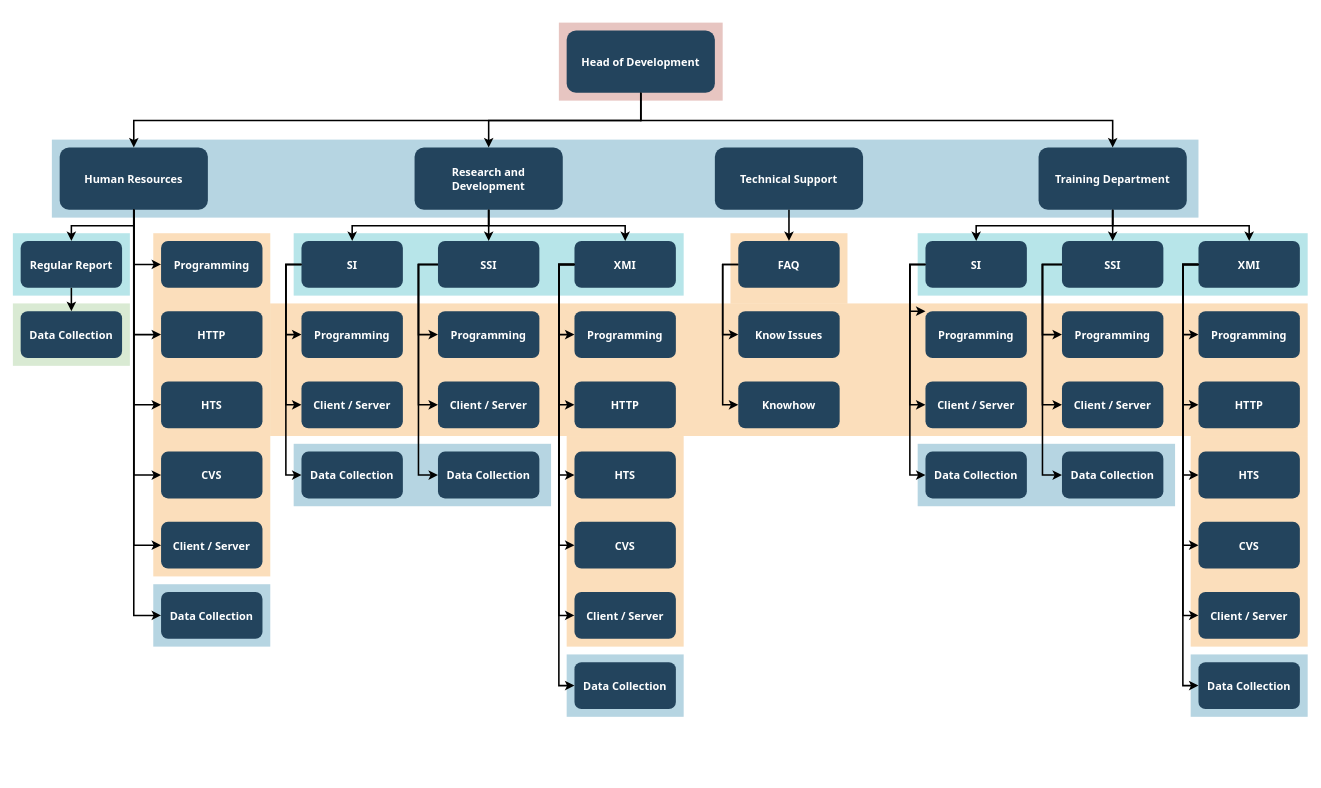
sas26031962/family_tree keeps this draw.io diagram as SubbotinStanislavAndreevich.drawio. Above is the earlier version. Source tidied: cells renumbered, new cells numbered last; positions are measured from the earlier drawing's top-left corner, leaving out a move shared by most shapes. Both pictures are drawn from the tidied source at 78%, with x=0, y=0 at pixel (12, 23).
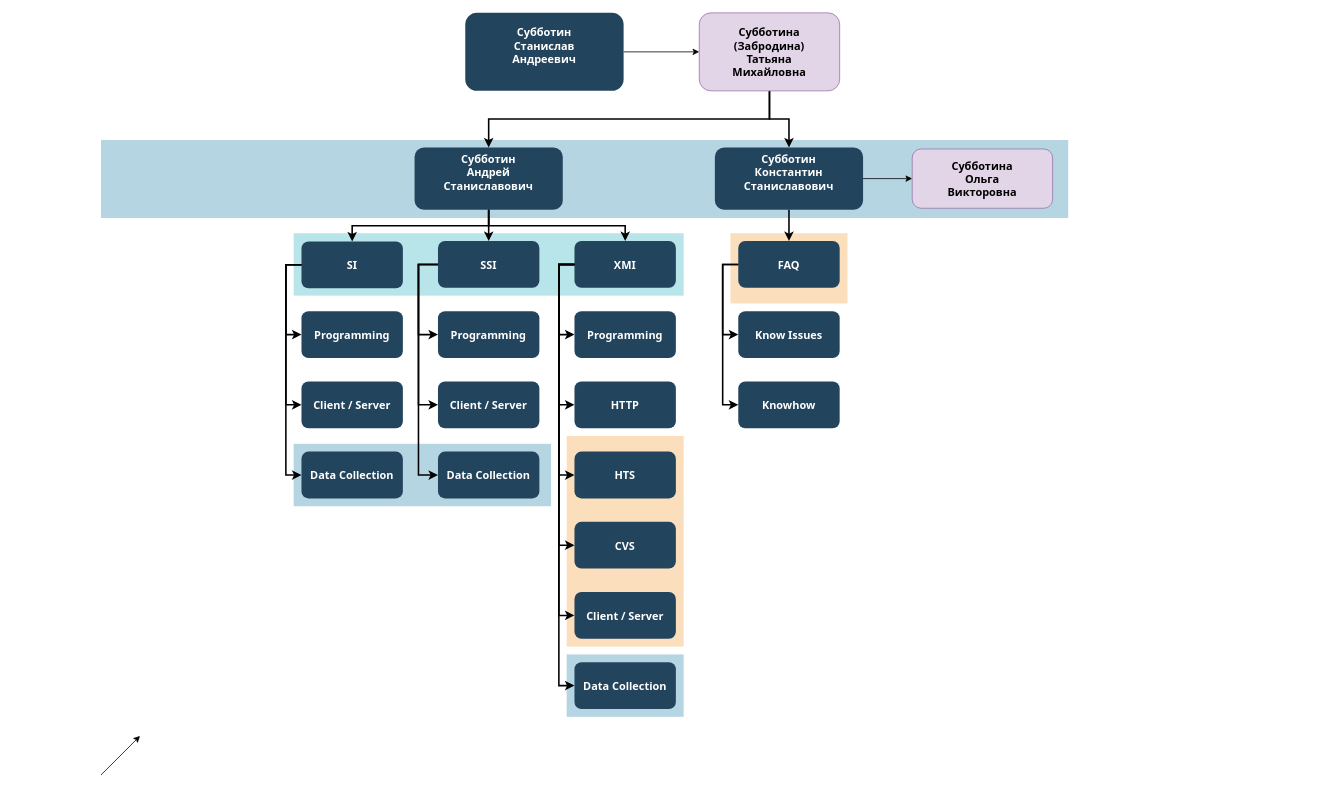
The same diagram, later.

Change to the diagram source:
```diff
@@
-    <mxCell id="2" style="fillColor=#AE4132;strokeColor=none;opacity=30;" parent="1" vertex="1">
-      <mxGeometry x="700" y="-0.5" width="210" height="100" as="geometry" />
-    </mxCell>
     <mxCell id="3" style="fillColor=#10739E;strokeColor=none;opacity=30;" parent="1" vertex="1">
-      <mxGeometry x="50" y="149.5" width="1470" height="100" as="geometry" />
+      <mxGeometry x="113" y="150" width="1240" height="100" as="geometry" />
     </mxCell>
-    <mxCell id="4" style="fillColor=#F2931E;strokeColor=none;opacity=30;" parent="1" vertex="1">
-      <mxGeometry x="1510" y="529.5" width="150" height="270" as="geometry" />
-    </mxCell>
@@
-    <mxCell id="7" style="fillColor=#F2931E;strokeColor=none;opacity=30;" parent="1" vertex="1">
-      <mxGeometry x="180" y="269.5" width="150" height="440" as="geometry" />
-    </mxCell>
-    <mxCell id="8" style="fillColor=#F2931E;strokeColor=none;opacity=30;" parent="1" vertex="1">
-      <mxGeometry x="330" y="359.5" width="1330" height="170" as="geometry" />
-    </mxCell>
-    <mxCell id="9" style="fillColor=#10739E;strokeColor=none;opacity=30;" parent="1" vertex="1">
-      <mxGeometry x="1510" y="809.5" width="150" height="80" as="geometry" />
-    </mxCell>
-    <mxCell id="10" style="fillColor=#10739E;strokeColor=none;opacity=30;" parent="1" vertex="1">
-      <mxGeometry x="1160" y="539.5" width="330" height="80" as="geometry" />
-    </mxCell>
@@
-    <mxCell id="13" style="fillColor=#10739E;strokeColor=none;opacity=30;" parent="1" vertex="1">
-      <mxGeometry x="180" y="719.5" width="150" height="80" as="geometry" />
-    </mxCell>
-    <mxCell id="14" style="fillColor=#D9EAD3;strokeColor=none;" parent="1" vertex="1">
-      <mxGeometry y="359.5" width="150" height="80" as="geometry" />
-    </mxCell>
-    <mxCell id="15" style="fillColor=#12AAB5;strokeColor=none;opacity=30;" parent="1" vertex="1">
-      <mxGeometry x="1160" y="269.5" width="500" height="80" as="geometry" />
-    </mxCell>
@@
-    <mxCell id="17" style="fillColor=#12AAB5;strokeColor=none;opacity=30;" parent="1" vertex="1">
-      <mxGeometry y="269.5" width="150" height="80" as="geometry" />
-    </mxCell>
+    <mxCell id="108" style="edgeStyle=orthogonalEdgeStyle;rounded=0;jettySize=auto;html=1;entryX=0;entryY=0.5;entryDx=0;entryDy=0;" parent="1" edge="1" source="18" target="111">
+      <mxGeometry relative="1" as="geometry" />
+    </mxCell>
-    <mxCell id="18" value="Head of Development" style="rounded=1;fillColor=#23445D;gradientColor=none;strokeColor=none;fontColor=#FFFFFF;fontStyle=1;fontFamily=Tahoma;fontSize=14;" parent="1" vertex="1">
-      <mxGeometry x="710" y="9.5" width="190" height="80" as="geometry" />
+    <mxCell id="18" value="Cубботин&#10;Станислав&#10;Андреевич&#10;" style="rounded=1;fillColor=#23445D;gradientColor=none;strokeColor=none;fontColor=#FFFFFF;fontStyle=1;fontFamily=Tahoma;fontSize=14;" parent="1" vertex="1">
+      <mxGeometry x="580" y="-13" width="203" height="100" as="geometry" />
     </mxCell>
-    <mxCell id="19" value="Training Department" style="rounded=1;fillColor=#23445D;gradientColor=none;strokeColor=none;fontColor=#FFFFFF;fontStyle=1;fontFamily=Tahoma;fontSize=14;" parent="1" vertex="1">
-      <mxGeometry x="1315" y="159.5" width="190" height="80" as="geometry" />
-    </mxCell>
-    <mxCell id="20" style="edgeStyle=elbowEdgeStyle;elbow=vertical;strokeWidth=2;rounded=0;" parent="1" edge="1" source="18" target="19">
+    <mxCell id="20" style="edgeStyle=elbowEdgeStyle;elbow=vertical;strokeWidth=2;rounded=0;exitX=0.5;exitY=1;exitDx=0;exitDy=0;" parent="1" edge="1" source="111" target="21">
       <mxGeometry x="337" y="215.5" as="geometry" />
     </mxCell>
-    <mxCell id="21" value="Technical Support" style="rounded=1;fillColor=#23445D;gradientColor=none;strokeColor=none;fontColor=#FFFFFF;fontStyle=1;fontFamily=Tahoma;fontSize=14;" parent="1" vertex="1">
+    <mxCell id="21" value="Субботин&#10;Константин&#10;Станиславович&#10;" style="rounded=1;fillColor=#23445D;gradientColor=none;strokeColor=none;fontColor=#FFFFFF;fontStyle=1;fontFamily=Tahoma;fontSize=14;" parent="1" vertex="1">
       <mxGeometry x="900" y="159.5" width="190" height="80" as="geometry" />
     </mxCell>
-    <mxCell id="22" value="Research and &#10;Development" style="rounded=1;fillColor=#23445D;gradientColor=none;strokeColor=none;fontColor=#FFFFFF;fontStyle=1;fontFamily=Tahoma;fontSize=14;" parent="1" vertex="1">
+    <mxCell id="22" value="Субботин&#10;Андрей&#10;Станиславович&#10;" style="rounded=1;fillColor=#23445D;gradientColor=none;strokeColor=none;fontColor=#FFFFFF;fontStyle=1;fontFamily=Tahoma;fontSize=14;" parent="1" vertex="1">
       <mxGeometry x="515" y="159.5" width="190" height="80" as="geometry" />
     </mxCell>
-    <mxCell id="23" value="Human Resources" style="rounded=1;fillColor=#23445D;gradientColor=none;strokeColor=none;fontColor=#FFFFFF;fontStyle=1;fontFamily=Tahoma;fontSize=14;" parent="1" vertex="1">
-      <mxGeometry x="60" y="159.5" width="190" height="80" as="geometry" />
-    </mxCell>
-    <mxCell id="24" value="Regular Report" style="rounded=1;fillColor=#23445D;gradientColor=none;strokeColor=none;fontColor=#FFFFFF;fontStyle=1;fontFamily=Tahoma;fontSize=14;" parent="1" vertex="1">
-      <mxGeometry x="10" y="279.5" width="130" height="60" as="geometry" />
-    </mxCell>
-    <mxCell id="25" value="Data Collection" style="rounded=1;fillColor=#23445D;gradientColor=none;strokeColor=none;fontColor=#FFFFFF;fontStyle=1;fontFamily=Tahoma;fontSize=14;" parent="1" vertex="1">
-      <mxGeometry x="10" y="369.5" width="130" height="60" as="geometry" />
-    </mxCell>
-    <mxCell id="26" value="Programming" style="rounded=1;fillColor=#23445D;gradientColor=none;strokeColor=none;fontColor=#FFFFFF;fontStyle=1;fontFamily=Tahoma;fontSize=14;" parent="1" vertex="1">
-      <mxGeometry x="190" y="279.5" width="130" height="60" as="geometry" />
-    </mxCell>
-    <mxCell id="27" value="HTTP" style="rounded=1;fillColor=#23445D;gradientColor=none;strokeColor=none;fontColor=#FFFFFF;fontStyle=1;fontFamily=Tahoma;fontSize=14;" parent="1" vertex="1">
-      <mxGeometry x="190" y="369.5" width="130" height="60" as="geometry" />
-    </mxCell>
-    <mxCell id="28" value="HTS" style="rounded=1;fillColor=#23445D;gradientColor=none;strokeColor=none;fontColor=#FFFFFF;fontStyle=1;fontFamily=Tahoma;fontSize=14;" parent="1" vertex="1">
-      <mxGeometry x="190" y="459.5" width="130" height="60" as="geometry" />
-    </mxCell>
-    <mxCell id="29" value="CVS" style="rounded=1;fillColor=#23445D;gradientColor=none;strokeColor=none;fontColor=#FFFFFF;fontStyle=1;fontFamily=Tahoma;fontSize=14;" parent="1" vertex="1">
-      <mxGeometry x="190" y="549.5" width="130" height="60" as="geometry" />
-    </mxCell>
-    <mxCell id="30" value="Client / Server" style="rounded=1;fillColor=#23445D;gradientColor=none;strokeColor=none;fontColor=#FFFFFF;fontStyle=1;fontFamily=Tahoma;fontSize=14;" parent="1" vertex="1">
-      <mxGeometry x="190" y="639.5" width="130" height="60" as="geometry" />
-    </mxCell>
-    <mxCell id="31" value="Data Collection" style="rounded=1;fillColor=#23445D;gradientColor=none;strokeColor=none;fontColor=#FFFFFF;fontStyle=1;fontFamily=Tahoma;fontSize=14;" parent="1" vertex="1">
-      <mxGeometry x="190" y="729.5" width="130" height="60" as="geometry" />
-    </mxCell>
     <mxCell id="32" value="SI" style="rounded=1;fillColor=#23445D;gradientColor=none;strokeColor=none;fontColor=#FFFFFF;fontStyle=1;fontFamily=Tahoma;fontSize=14;" parent="1" vertex="1">
-      <mxGeometry x="370" y="279.5" width="130" height="60" as="geometry" />
+      <mxGeometry x="370" y="280" width="130" height="60" as="geometry" />
     </mxCell>
@@
-    <mxCell id="50" value="SI" style="rounded=1;fillColor=#23445D;gradientColor=none;strokeColor=none;fontColor=#FFFFFF;fontStyle=1;fontFamily=Tahoma;fontSize=14;" parent="1" vertex="1">
-      <mxGeometry x="1170" y="279.5" width="130" height="60" as="geometry" />
-    </mxCell>
-    <mxCell id="51" value="Programming" style="rounded=1;fillColor=#23445D;gradientColor=none;strokeColor=none;fontColor=#FFFFFF;fontStyle=1;fontFamily=Tahoma;fontSize=14;" parent="1" vertex="1">
-      <mxGeometry x="1170" y="369.5" width="130" height="60" as="geometry" />
-    </mxCell>
-    <mxCell id="52" value="Client / Server" style="rounded=1;fillColor=#23445D;gradientColor=none;strokeColor=none;fontColor=#FFFFFF;fontStyle=1;fontFamily=Tahoma;fontSize=14;" parent="1" vertex="1">
-      <mxGeometry x="1170" y="459.5" width="130" height="60" as="geometry" />
-    </mxCell>
-    <mxCell id="53" value="Data Collection" style="rounded=1;fillColor=#23445D;gradientColor=none;strokeColor=none;fontColor=#FFFFFF;fontStyle=1;fontFamily=Tahoma;fontSize=14;" parent="1" vertex="1">
-      <mxGeometry x="1170" y="549.5" width="130" height="60" as="geometry" />
-    </mxCell>
-    <mxCell id="54" value="SSI" style="rounded=1;fillColor=#23445D;gradientColor=none;strokeColor=none;fontColor=#FFFFFF;fontStyle=1;fontFamily=Tahoma;fontSize=14;" parent="1" vertex="1">
-      <mxGeometry x="1345" y="279.5" width="130" height="60" as="geometry" />
-    </mxCell>
-    <mxCell id="55" value="Programming" style="rounded=1;fillColor=#23445D;gradientColor=none;strokeColor=none;fontColor=#FFFFFF;fontStyle=1;fontFamily=Tahoma;fontSize=14;" parent="1" vertex="1">
-      <mxGeometry x="1345" y="369.5" width="130" height="60" as="geometry" />
-    </mxCell>
-    <mxCell id="56" value="Client / Server" style="rounded=1;fillColor=#23445D;gradientColor=none;strokeColor=none;fontColor=#FFFFFF;fontStyle=1;fontFamily=Tahoma;fontSize=14;" parent="1" vertex="1">
-      <mxGeometry x="1345" y="459.5" width="130" height="60" as="geometry" />
-    </mxCell>
-    <mxCell id="57" value="Data Collection" style="rounded=1;fillColor=#23445D;gradientColor=none;strokeColor=none;fontColor=#FFFFFF;fontStyle=1;fontFamily=Tahoma;fontSize=14;" parent="1" vertex="1">
-      <mxGeometry x="1345" y="549.5" width="130" height="60" as="geometry" />
-    </mxCell>
-    <mxCell id="58" value="XMI" style="rounded=1;fillColor=#23445D;gradientColor=none;strokeColor=none;fontColor=#FFFFFF;fontStyle=1;fontFamily=Tahoma;fontSize=14;" parent="1" vertex="1">
-      <mxGeometry x="1520" y="279.5" width="130" height="60" as="geometry" />
-    </mxCell>
-    <mxCell id="59" value="Programming" style="rounded=1;fillColor=#23445D;gradientColor=none;strokeColor=none;fontColor=#FFFFFF;fontStyle=1;fontFamily=Tahoma;fontSize=14;" parent="1" vertex="1">
-      <mxGeometry x="1520" y="369.5" width="130" height="60" as="geometry" />
-    </mxCell>
-    <mxCell id="60" value="HTTP" style="rounded=1;fillColor=#23445D;gradientColor=none;strokeColor=none;fontColor=#FFFFFF;fontStyle=1;fontFamily=Tahoma;fontSize=14;" parent="1" vertex="1">
-      <mxGeometry x="1520" y="459.5" width="130" height="60" as="geometry" />
-    </mxCell>
-    <mxCell id="61" value="HTS" style="rounded=1;fillColor=#23445D;gradientColor=none;strokeColor=none;fontColor=#FFFFFF;fontStyle=1;fontFamily=Tahoma;fontSize=14;" parent="1" vertex="1">
-      <mxGeometry x="1520" y="549.5" width="130" height="60" as="geometry" />
-    </mxCell>
-    <mxCell id="62" value="CVS" style="rounded=1;fillColor=#23445D;gradientColor=none;strokeColor=none;fontColor=#FFFFFF;fontStyle=1;fontFamily=Tahoma;fontSize=14;" parent="1" vertex="1">
-      <mxGeometry x="1520" y="639.5" width="130" height="60" as="geometry" />
-    </mxCell>
-    <mxCell id="63" value="Client / Server" style="rounded=1;fillColor=#23445D;gradientColor=none;strokeColor=none;fontColor=#FFFFFF;fontStyle=1;fontFamily=Tahoma;fontSize=14;" parent="1" vertex="1">
-      <mxGeometry x="1520" y="729.5" width="130" height="60" as="geometry" />
-    </mxCell>
-    <mxCell id="64" value="Data Collection" style="rounded=1;fillColor=#23445D;gradientColor=none;strokeColor=none;fontColor=#FFFFFF;fontStyle=1;fontFamily=Tahoma;fontSize=14;" parent="1" vertex="1">
-      <mxGeometry x="1520" y="819.5" width="130" height="60" as="geometry" />
-    </mxCell>
-    <mxCell id="65" style="edgeStyle=elbowEdgeStyle;elbow=vertical;strokeWidth=2;rounded=0;" parent="1" edge="1" source="18" target="22">
+    <mxCell id="65" style="edgeStyle=elbowEdgeStyle;elbow=vertical;strokeWidth=2;rounded=0;exitX=0.5;exitY=1;exitDx=0;exitDy=0;" parent="1" edge="1" source="111" target="22">
       <mxGeometry x="347" y="225.5" as="geometry" />
     </mxCell>
-    <mxCell id="66" style="edgeStyle=elbowEdgeStyle;elbow=vertical;strokeWidth=2;rounded=0;" parent="1" edge="1" source="18" target="23">
-      <mxGeometry x="-23" y="135.5" as="geometry" />
-    </mxCell>
-    <mxCell id="67" style="edgeStyle=elbowEdgeStyle;elbow=vertical;strokeWidth=2;rounded=0;" parent="1" edge="1" source="23" target="24">
-      <mxGeometry x="-23" y="135.5" as="geometry" />
-    </mxCell>
-    <mxCell id="68" style="edgeStyle=elbowEdgeStyle;elbow=horizontal;strokeWidth=2;rounded=0;" parent="1" edge="1" source="23" target="26">
-      <mxGeometry x="-23" y="135.5" as="geometry">
-        <Array as="points">
-          <mxPoint x="155" y="259.5" />
-        </Array>
-      </mxGeometry>
-    </mxCell>
-    <mxCell id="69" style="edgeStyle=elbowEdgeStyle;elbow=horizontal;strokeWidth=2;rounded=0;" parent="1" edge="1" source="23" target="27">
-      <mxGeometry x="-23" y="135.5" as="geometry">
-        <Array as="points">
-          <mxPoint x="155" y="299.5" />
-        </Array>
-      </mxGeometry>
-    </mxCell>
-    <mxCell id="70" style="edgeStyle=elbowEdgeStyle;elbow=horizontal;strokeWidth=2;rounded=0;" parent="1" edge="1" source="23" target="28">
-      <mxGeometry x="-23" y="135.5" as="geometry">
-        <Array as="points">
-          <mxPoint x="155" y="349.5" />
-        </Array>
-      </mxGeometry>
-    </mxCell>
-    <mxCell id="71" style="edgeStyle=elbowEdgeStyle;elbow=horizontal;strokeWidth=2;rounded=0;" parent="1" edge="1" source="23" target="29">
-      <mxGeometry x="-23" y="135.5" as="geometry">
-        <Array as="points">
-          <mxPoint x="155" y="399.5" />
-        </Array>
-      </mxGeometry>
-    </mxCell>
-    <mxCell id="72" style="edgeStyle=elbowEdgeStyle;elbow=horizontal;strokeWidth=2;rounded=0;" parent="1" edge="1" source="23" target="30">
-      <mxGeometry x="-23" y="135.5" as="geometry">
-        <Array as="points">
-          <mxPoint x="155" y="439.5" />
-        </Array>
-      </mxGeometry>
-    </mxCell>
-    <mxCell id="73" style="edgeStyle=elbowEdgeStyle;elbow=horizontal;strokeWidth=2;rounded=0;" parent="1" edge="1" source="23" target="31">
-      <mxGeometry x="-23" y="135.5" as="geometry">
-        <Array as="points">
-          <mxPoint x="155" y="489.5" />
-        </Array>
-      </mxGeometry>
-    </mxCell>
@@
-    <mxCell id="88" style="edgeStyle=elbowEdgeStyle;elbow=horizontal;strokeWidth=2;rounded=0;" parent="1" edge="1" source="50" target="51">
-      <mxGeometry x="-23" y="135.5" as="geometry">
-        <Array as="points">
-          <mxPoint x="1150" y="369.5" />
-        </Array>
-      </mxGeometry>
-    </mxCell>
-    <mxCell id="89" style="edgeStyle=elbowEdgeStyle;elbow=horizontal;strokeWidth=2;rounded=0;" parent="1" edge="1" source="50" target="52">
-      <mxGeometry x="-23" y="135.5" as="geometry">
-        <Array as="points">
-          <mxPoint x="1150" y="399.5" />
-        </Array>
-      </mxGeometry>
-    </mxCell>
-    <mxCell id="90" style="edgeStyle=elbowEdgeStyle;elbow=horizontal;strokeWidth=2;rounded=0;" parent="1" edge="1" source="50" target="53">
-      <mxGeometry x="-23" y="135.5" as="geometry">
-        <Array as="points">
-          <mxPoint x="1150" y="449.5" />
-        </Array>
-      </mxGeometry>
-    </mxCell>
-    <mxCell id="91" style="edgeStyle=elbowEdgeStyle;elbow=horizontal;strokeWidth=2;rounded=0;" parent="1" edge="1" source="54" target="55">
-      <mxGeometry x="-23" y="135.5" as="geometry">
-        <Array as="points">
-          <mxPoint x="1320" y="359.5" />
-        </Array>
-      </mxGeometry>
-    </mxCell>
-    <mxCell id="92" style="edgeStyle=elbowEdgeStyle;elbow=horizontal;strokeWidth=2;rounded=0;" parent="1" edge="1" source="54" target="56">
-      <mxGeometry x="-23" y="135.5" as="geometry">
-        <Array as="points">
-          <mxPoint x="1320" y="419.5" />
-        </Array>
-      </mxGeometry>
-    </mxCell>
-    <mxCell id="93" style="edgeStyle=elbowEdgeStyle;elbow=horizontal;strokeWidth=2;rounded=0;" parent="1" edge="1" source="54" target="57">
-      <mxGeometry x="-23" y="135.5" as="geometry">
-        <Array as="points">
-          <mxPoint x="1320" y="449.5" />
-        </Array>
-      </mxGeometry>
-    </mxCell>
-    <mxCell id="94" style="edgeStyle=elbowEdgeStyle;elbow=horizontal;strokeWidth=2;rounded=0;" parent="1" edge="1" source="58" target="59">
-      <mxGeometry x="-23" y="135.5" as="geometry">
-        <Array as="points">
-          <mxPoint x="1500" y="359.5" />
-        </Array>
-      </mxGeometry>
-    </mxCell>
-    <mxCell id="95" style="edgeStyle=elbowEdgeStyle;elbow=horizontal;strokeWidth=2;rounded=0;" parent="1" edge="1" source="58" target="60">
-      <mxGeometry x="-23" y="135.5" as="geometry">
-        <Array as="points">
-          <mxPoint x="1500" y="399.5" />
-        </Array>
-      </mxGeometry>
-    </mxCell>
-    <mxCell id="96" style="edgeStyle=elbowEdgeStyle;elbow=horizontal;strokeWidth=2;rounded=0;" parent="1" edge="1" source="58" target="61">
-      <mxGeometry x="-23" y="135.5" as="geometry">
-        <Array as="points">
-          <mxPoint x="1500" y="449.5" />
-        </Array>
-      </mxGeometry>
-    </mxCell>
-    <mxCell id="97" style="edgeStyle=elbowEdgeStyle;elbow=horizontal;strokeWidth=2;rounded=0;" parent="1" edge="1" source="58" target="62">
-      <mxGeometry x="-23" y="135.5" as="geometry">
-        <Array as="points">
-          <mxPoint x="1500" y="499.5" />
-        </Array>
-      </mxGeometry>
-    </mxCell>
-    <mxCell id="98" style="edgeStyle=elbowEdgeStyle;elbow=horizontal;strokeWidth=2;rounded=0;" parent="1" edge="1" source="58" target="63">
-      <mxGeometry x="-23" y="135.5" as="geometry">
-        <Array as="points">
-          <mxPoint x="1500" y="549.5" />
-        </Array>
-      </mxGeometry>
-    </mxCell>
-    <mxCell id="99" style="edgeStyle=elbowEdgeStyle;elbow=horizontal;strokeWidth=2;rounded=0;" parent="1" edge="1" source="58" target="64">
-      <mxGeometry x="-23" y="135.5" as="geometry">
-        <Array as="points">
-          <mxPoint x="1500" y="589.5" />
-        </Array>
-      </mxGeometry>
-    </mxCell>
@@
-    <mxCell id="104" style="edgeStyle=elbowEdgeStyle;elbow=vertical;strokeWidth=2;rounded=0;" parent="1" edge="1" source="19" target="54">
-      <mxGeometry x="-23" y="135.5" as="geometry" />
-    </mxCell>
-    <mxCell id="105" style="edgeStyle=elbowEdgeStyle;elbow=vertical;strokeWidth=2;rounded=0;" parent="1" edge="1" source="19" target="50">
-      <mxGeometry x="-23" y="135.5" as="geometry" />
-    </mxCell>
-    <mxCell id="106" style="edgeStyle=elbowEdgeStyle;elbow=vertical;strokeWidth=2;rounded=0;" parent="1" edge="1" source="19" target="58">
-      <mxGeometry x="-23" y="135.5" as="geometry" />
-    </mxCell>
-    <mxCell id="107" style="edgeStyle=elbowEdgeStyle;elbow=vertical;rounded=0;strokeWidth=2;" parent="1" edge="1" source="24" target="25">
-      <mxGeometry x="-23" y="135.5" as="geometry" />
-    </mxCell>
+    <mxCell id="109" style="edgeStyle=orthogonalEdgeStyle;rounded=0;jettySize=auto;html=1;entryX=0;entryY=0.5;entryDx=0;entryDy=0;" parent="1" edge="1" source="21" target="110">
+      <mxGeometry relative="1" as="geometry" />
+    </mxCell>
+    <mxCell id="110" value="Субботина&#10;Ольга&#10;Викторовна" style="rounded=1;fillColor=#e1d5e7;strokeColor=#9673a6;fontStyle=1;fontFamily=Tahoma;fontSize=14;" parent="1" vertex="1">
+      <mxGeometry x="1153" y="161.5" width="180" height="76" as="geometry" />
+    </mxCell>
+    <mxCell id="111" value="Субботина&#10;(Забродина)&#10;Татьяна&#10;Михайловна" style="rounded=1;fillColor=#e1d5e7;strokeColor=#9673a6;fontStyle=1;fontFamily=Tahoma;fontSize=14;" parent="1" vertex="1">
+      <mxGeometry x="880" y="-13" width="180" height="100" as="geometry" />
+    </mxCell>
+    <mxCell id="112" style="endArrow=classic;html=1;" parent="1" edge="1">
+      <mxGeometry relative="1" as="geometry">
+        <mxPoint x="113" y="964" as="sourcePoint" />
+        <mxPoint x="163" y="914" as="targetPoint" />
+      </mxGeometry>
+    </mxCell>
```
